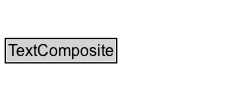
k-vaughn/ontology-its-regulation keeps this Graphviz diagram as docs/diagrams/TextComposite.dot.png. Above is the earlier version. Its source is kept beside it as docs/diagrams/TextComposite.dot.
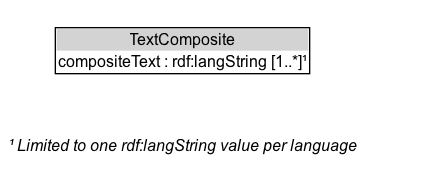
Above is the later version.

Diff of the diagram source:
```diff
@@ -5,7 +5,7 @@
 	{
 		rank=source
 	}
-	TextComposite [label=<<TABLE BORDER="1" CELLBORDER="0" CELLSPACING="0" CELLPADDING="1"><TR><TD BGCOLOR="lightgray" ALIGN="CENTER">TextComposite</TD></TR></TABLE>> URL="../TextComposite" margin=0]
+	TextComposite [label=<<TABLE BORDER="1" CELLBORDER="0" CELLSPACING="0" CELLPADDING="1"><TR><TD BGCOLOR="lightgray" ALIGN="CENTER">TextComposite</TD></TR><TR><TD ALIGN="LEFT">compositeText : rdf:langString [1..*]¹</TD></TR></TABLE>> URL="../TextComposite" margin=0]
 	{
 		rank=max
 	}
@@ -13,4 +13,6 @@
 		label="" style=invis
 		Invis [label=<<TABLE BORDER="0" CELLBORDER="0" CELLSPACING="0" CELLPADDING="1"><TR><TD></TD></TR></TABLE>> margin=0 style=invis]
 	}
+	TextComposite_uniqueLang_note [label=<<TABLE BORDER="0" CELLBORDER="0" CELLSPACING="0" CELLPADDING="2"><TR><TD ALIGN="LEFT"><I>¹ Limited to one rdf:langString value per language</I></TD></TR></TABLE>> margin=0]
+	TextComposite -> TextComposite_uniqueLang_note [style=invis]
 }
```
